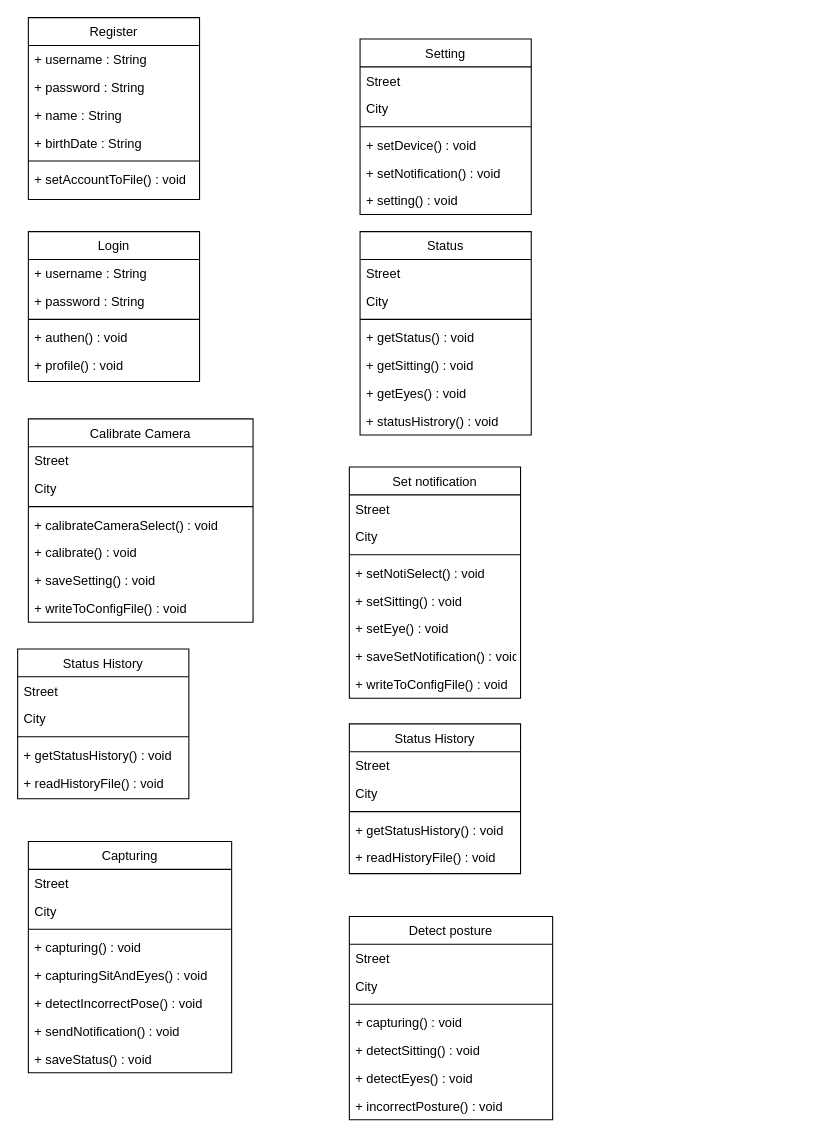
The draw.io diagram Design/Class_Diagram.drawio in astrrr/Right-posture, before the edit. Source tidied: cells renumbered, new cells numbered last; positions are measured from the earlier drawing's top-left corner, leaving out a move shared by most shapes. Both pictures are drawn from the tidied source at 107%, with x=0, y=0 at pixel (17, 17).
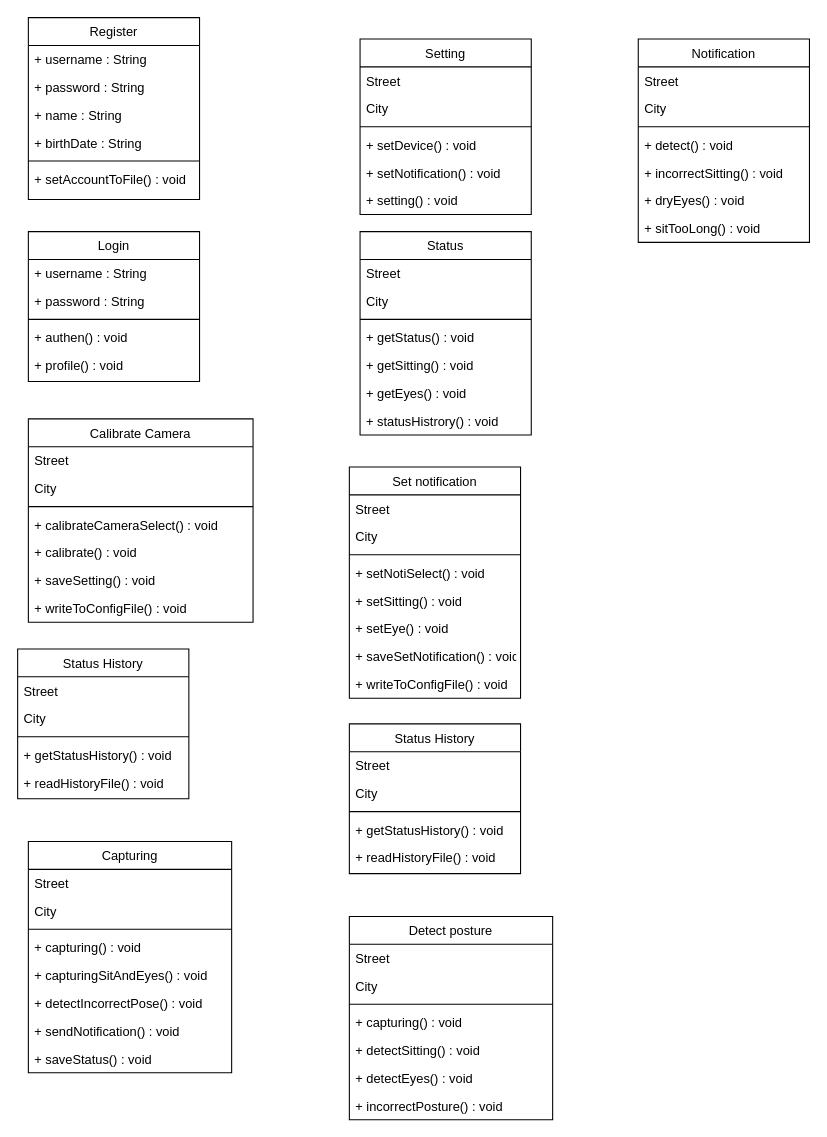
The same page after the edit.

Change to the diagram source:
```diff
@@
+    <mxCell id="76" value="Notification" style="swimlane;fontStyle=0;align=center;verticalAlign=top;horizontal=1;startSize=26;rounded=0;shadow=0;strokeWidth=1;" parent="1" vertex="1">
+      <mxGeometry x="580" y="20" width="160" height="190" as="geometry" />
+    </mxCell>
+    <mxCell id="77" value="Street" style="text;align=left;verticalAlign=top;spacingLeft=4;spacingRight=4;overflow=hidden;" parent="76" vertex="1">
+      <mxGeometry y="26" width="160" height="26" as="geometry" />
+    </mxCell>
+    <mxCell id="78" value="City" style="text;align=left;verticalAlign=top;spacingLeft=4;spacingRight=4;overflow=hidden;rounded=0;shadow=0;html=0;" parent="76" vertex="1">
+      <mxGeometry y="52" width="160" height="26" as="geometry" />
+    </mxCell>
+    <mxCell id="79" style="line;html=1;strokeWidth=1;align=left;verticalAlign=middle;spacingTop=-1;spacingLeft=3;spacingRight=3;labelPosition=right;" parent="76" vertex="1">
+      <mxGeometry y="78" width="160" height="8" as="geometry" />
+    </mxCell>
+    <mxCell id="80" value="+ detect() : void" style="text;align=left;verticalAlign=top;spacingLeft=4;spacingRight=4;overflow=hidden;" parent="76" vertex="1">
+      <mxGeometry y="86" width="160" height="26" as="geometry" />
+    </mxCell>
+    <mxCell id="81" value="+ incorrectSitting() : void" style="text;align=left;verticalAlign=top;spacingLeft=4;spacingRight=4;overflow=hidden;" parent="76" vertex="1">
+      <mxGeometry y="112" width="160" height="26" as="geometry" />
+    </mxCell>
+    <mxCell id="82" value="+ dryEyes() : void" style="text;align=left;verticalAlign=top;spacingLeft=4;spacingRight=4;overflow=hidden;" parent="76" vertex="1">
+      <mxGeometry y="138" width="160" height="26" as="geometry" />
+    </mxCell>
+    <mxCell id="83" value="+ sitTooLong() : void" style="text;align=left;verticalAlign=top;spacingLeft=4;spacingRight=4;overflow=hidden;" parent="76" vertex="1">
+      <mxGeometry y="164" width="160" height="26" as="geometry" />
+    </mxCell>
```
